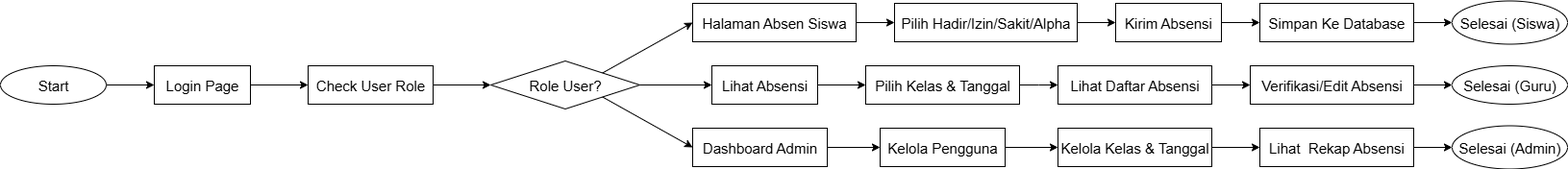
Above: absen.drawio.png in croissantn/Aplikasi-Absen (draw.io), before the change. Source tidied: cells renumbered, new cells last; positions are measured from the earlier drawing's top-left corner, leaving out a move shared by most shapes.
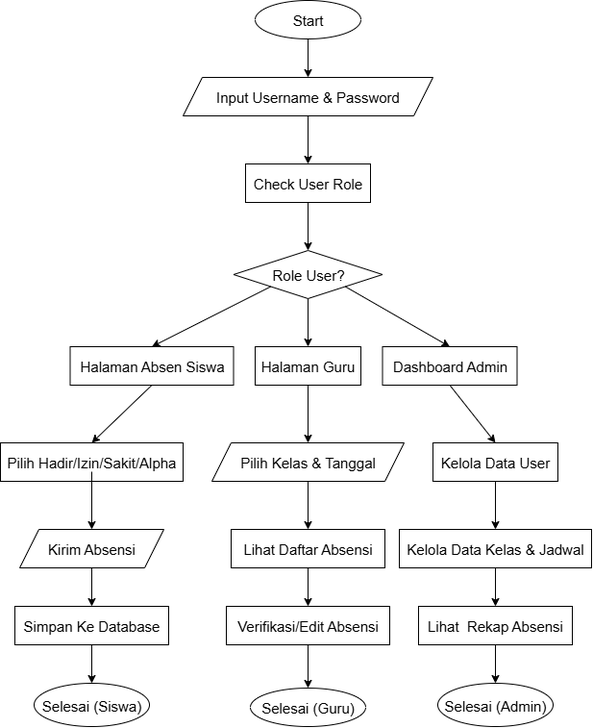
The same file after the commit.

What changed in the source:
```diff
@@ -3,118 +3,116 @@
     <mxCell id="0" />
     <mxCell id="1" parent="0" />
     <mxCell id="2" value="&lt;font style=&quot;font-size: 15px;&quot;&gt;Start&lt;/font&gt;" style="ellipse;whiteSpace=wrap;html=1;" parent="1" vertex="1">
-      <mxGeometry y="67" width="110" height="40" as="geometry" />
+      <mxGeometry x="260" y="-158" width="110" height="40" as="geometry" />
     </mxCell>
-    <mxCell id="3" style="endArrow=classic;html=1;rounded=0;entryX=0;entryY=0.5;entryDx=0;entryDy=0;exitX=1;exitY=0.5;exitDx=0;exitDy=0;" parent="1" edge="1" source="2" target="4">
+    <mxCell id="3" style="endArrow=classic;html=1;rounded=0;entryX=0.5;entryY=0;entryDx=0;entryDy=0;exitX=0.5;exitY=1;exitDx=0;exitDy=0;" parent="1" edge="1" source="2" target="39">
       <mxGeometry relative="1" as="geometry" />
     </mxCell>
-    <mxCell id="4" value="&lt;font style=&quot;font-size: 15px;&quot;&gt;Login Page&lt;/font&gt;" style="rounded=0;whiteSpace=wrap;html=1;" parent="1" vertex="1">
-      <mxGeometry x="160" y="67" width="100" height="40" as="geometry" />
-    </mxCell>
-    <mxCell id="5" style="endArrow=classic;html=1;rounded=0;exitX=1;exitY=0.5;exitDx=0;exitDy=0;entryX=0;entryY=0.5;entryDx=0;entryDy=0;" parent="1" edge="1" source="4" target="6">
+    <mxCell id="5" style="endArrow=classic;html=1;rounded=0;exitX=0.5;exitY=1;exitDx=0;exitDy=0;entryX=0.5;entryY=0;entryDx=0;entryDy=0;" parent="1" edge="1" source="39" target="6">
       <mxGeometry relative="1" as="geometry" />
     </mxCell>
     <mxCell id="6" value="&lt;span style=&quot;font-size: 15px;&quot;&gt;Check User Role&lt;/span&gt;" style="rounded=0;whiteSpace=wrap;html=1;" parent="1" vertex="1">
-      <mxGeometry x="320" y="67" width="130" height="40" as="geometry" />
+      <mxGeometry x="250" y="12" width="130" height="40" as="geometry" />
     </mxCell>
     <mxCell id="7" value="&lt;font style=&quot;font-size: 15px;&quot;&gt;Role User?&lt;/font&gt;" style="rhombus;whiteSpace=wrap;html=1;" parent="1" vertex="1">
-      <mxGeometry x="510" y="62" width="155" height="50" as="geometry" />
+      <mxGeometry x="237.5" y="102" width="155" height="50" as="geometry" />
     </mxCell>
-    <mxCell id="8" style="endArrow=classic;html=1;rounded=0;entryX=0;entryY=0.5;entryDx=0;entryDy=0;exitX=1;exitY=0.5;exitDx=0;exitDy=0;" parent="1" edge="1" source="6" target="7">
+    <mxCell id="8" style="endArrow=classic;html=1;rounded=0;entryX=0.5;entryY=0;entryDx=0;entryDy=0;exitX=0.5;exitY=1;exitDx=0;exitDy=0;" parent="1" edge="1" source="6" target="7">
       <mxGeometry relative="1" as="geometry" />
     </mxCell>
-    <mxCell id="9" value="&lt;span style=&quot;font-size: 15px;&quot;&gt;Lihat Absensi&lt;/span&gt;" style="rounded=0;whiteSpace=wrap;html=1;" parent="1" vertex="1">
-      <mxGeometry x="740" y="67" width="110" height="40" as="geometry" />
+    <mxCell id="9" value="&lt;span style=&quot;font-size: 15px;&quot;&gt;Halaman Guru&lt;/span&gt;" style="rounded=0;whiteSpace=wrap;html=1;" parent="1" vertex="1">
+      <mxGeometry x="260" y="202" width="110" height="40" as="geometry" />
     </mxCell>
     <mxCell id="10" value="&lt;span style=&quot;font-size: 15px;&quot;&gt;Dashboard Admin&lt;/span&gt;" style="rounded=0;whiteSpace=wrap;html=1;" parent="1" vertex="1">
-      <mxGeometry x="720" y="132" width="140" height="40" as="geometry" />
+      <mxGeometry x="392.5" y="202" width="140" height="40" as="geometry" />
     </mxCell>
     <mxCell id="11" value="&lt;span style=&quot;font-size: 15px;&quot;&gt;Halaman Absen Siswa&lt;/span&gt;" style="rounded=0;whiteSpace=wrap;html=1;" parent="1" vertex="1">
-      <mxGeometry x="720" y="2" width="170" height="40" as="geometry" />
+      <mxGeometry x="67.5" y="202" width="170" height="40" as="geometry" />
     </mxCell>
-    <mxCell id="12" style="endArrow=classic;html=1;rounded=0;entryX=0;entryY=0.5;entryDx=0;entryDy=0;exitX=1;exitY=0;exitDx=0;exitDy=0;" parent="1" edge="1" source="7" target="11">
+    <mxCell id="12" style="endArrow=classic;html=1;rounded=0;entryX=0.5;entryY=0;entryDx=0;entryDy=0;exitX=0;exitY=1;exitDx=0;exitDy=0;" parent="1" edge="1" source="7" target="11">
       <mxGeometry relative="1" as="geometry" />
     </mxCell>
-    <mxCell id="13" style="endArrow=classic;html=1;rounded=0;exitX=1;exitY=0.5;exitDx=0;exitDy=0;entryX=0;entryY=0.5;entryDx=0;entryDy=0;" parent="1" edge="1" source="7" target="9">
+    <mxCell id="13" style="endArrow=classic;html=1;rounded=0;exitX=0.5;exitY=1;exitDx=0;exitDy=0;entryX=0.5;entryY=0;entryDx=0;entryDy=0;" parent="1" edge="1" source="7" target="9">
       <mxGeometry relative="1" as="geometry" />
     </mxCell>
-    <mxCell id="14" style="endArrow=classic;html=1;rounded=0;exitX=1;exitY=1;exitDx=0;exitDy=0;entryX=0;entryY=0.5;entryDx=0;entryDy=0;" parent="1" edge="1" source="7" target="10">
+    <mxCell id="14" style="endArrow=classic;html=1;rounded=0;exitX=1;exitY=1;exitDx=0;exitDy=0;entryX=0.5;entryY=0;entryDx=0;entryDy=0;" parent="1" edge="1" source="7" target="10">
       <mxGeometry relative="1" as="geometry" />
     </mxCell>
-    <mxCell id="15" value="&lt;span style=&quot;font-size: 15px;&quot;&gt;Pilih Kelas &amp;amp; Tanggal&lt;/span&gt;" style="rounded=0;whiteSpace=wrap;html=1;" parent="1" vertex="1">
-      <mxGeometry x="900" y="67" width="160" height="40" as="geometry" />
-    </mxCell>
-    <mxCell id="16" style="endArrow=classic;html=1;rounded=0;exitX=1;exitY=0.5;exitDx=0;exitDy=0;entryX=0;entryY=0.5;entryDx=0;entryDy=0;" parent="1" edge="1" source="9" target="15">
-      <mxGeometry relative="1" as="geometry" />
-    </mxCell>
-    <mxCell id="17" value="&lt;span style=&quot;font-size: 15px;&quot;&gt;Kelola Pengguna&lt;/span&gt;" style="rounded=0;whiteSpace=wrap;html=1;" parent="1" vertex="1">
-      <mxGeometry x="915" y="132" width="130" height="40" as="geometry" />
+    <mxCell id="17" value="&lt;span style=&quot;font-size: 15px;&quot;&gt;Kelola Data User&lt;/span&gt;" style="rounded=0;whiteSpace=wrap;html=1;" parent="1" vertex="1">
+      <mxGeometry x="445" y="302" width="130" height="40" as="geometry" />
     </mxCell>
     <mxCell id="18" value="&lt;span style=&quot;font-size: 15px;&quot;&gt;Pilih Hadir/Izin/Sakit/Alpha&lt;/span&gt;" style="rounded=0;whiteSpace=wrap;html=1;" parent="1" vertex="1">
-      <mxGeometry x="930" y="2" width="190" height="40" as="geometry" />
+      <mxGeometry x="-5" y="302" width="190" height="40" as="geometry" />
     </mxCell>
     <mxCell id="19" value="&lt;span style=&quot;font-size: 15px;&quot;&gt;Lihat Daftar Absensi&lt;/span&gt;" style="rounded=0;whiteSpace=wrap;html=1;" parent="1" vertex="1">
-      <mxGeometry x="1100" y="67" width="160" height="40" as="geometry" />
+      <mxGeometry x="235" y="392" width="160" height="40" as="geometry" />
     </mxCell>
-    <mxCell id="20" value="&lt;span style=&quot;font-size: 15px;&quot;&gt;Kelola Kelas &amp;amp; Tanggal&lt;/span&gt;" style="rounded=0;whiteSpace=wrap;html=1;" parent="1" vertex="1">
-      <mxGeometry x="1100" y="132" width="160" height="40" as="geometry" />
+    <mxCell id="20" value="&lt;span style=&quot;font-size: 15px;&quot;&gt;Kelola Data Kelas &amp;amp; Jadwal&lt;/span&gt;" style="rounded=0;whiteSpace=wrap;html=1;" parent="1" vertex="1">
+      <mxGeometry x="410" y="392" width="200" height="40" as="geometry" />
     </mxCell>
-    <mxCell id="21" value="&lt;span style=&quot;font-size: 15px;&quot;&gt;Kirim Absensi&lt;/span&gt;" style="rounded=0;whiteSpace=wrap;html=1;" parent="1" vertex="1">
-      <mxGeometry x="1160" y="2" width="110" height="40" as="geometry" />
-    </mxCell>
     <mxCell id="22" value="&lt;span style=&quot;font-size: 15px;&quot;&gt;Lihat&amp;nbsp; Rekap Absensi&lt;/span&gt;" style="rounded=0;whiteSpace=wrap;html=1;" parent="1" vertex="1">
-      <mxGeometry x="1310" y="132" width="160" height="40" as="geometry" />
+      <mxGeometry x="430" y="472" width="160" height="40" as="geometry" />
     </mxCell>
     <mxCell id="23" value="&lt;span style=&quot;font-size: 15px;&quot;&gt;Verifikasi/Edit Absensi&lt;/span&gt;" style="rounded=0;whiteSpace=wrap;html=1;" parent="1" vertex="1">
-      <mxGeometry x="1300" y="67" width="170" height="40" as="geometry" />
+      <mxGeometry x="230" y="472" width="170" height="40" as="geometry" />
     </mxCell>
     <mxCell id="24" value="&lt;span style=&quot;font-size: 15px;&quot;&gt;Simpan Ke Database&lt;/span&gt;" style="rounded=0;whiteSpace=wrap;html=1;" parent="1" vertex="1">
-      <mxGeometry x="1310" y="2" width="160" height="40" as="geometry" />
+      <mxGeometry x="10" y="472" width="160" height="40" as="geometry" />
     </mxCell>
     <mxCell id="25" value="&lt;span style=&quot;font-size: 15px;&quot;&gt;Selesai (Siswa)&lt;/span&gt;" style="ellipse;whiteSpace=wrap;html=1;" parent="1" vertex="1">
-      <mxGeometry x="1510" y="-0.5" width="120" height="45" as="geometry" />
+      <mxGeometry x="30" y="552" width="120" height="45" as="geometry" />
     </mxCell>
     <mxCell id="26" value="&lt;span style=&quot;font-size: 15px;&quot;&gt;Selesai (Guru)&lt;/span&gt;" style="ellipse;whiteSpace=wrap;html=1;" parent="1" vertex="1">
-      <mxGeometry x="1510" y="67" width="120" height="40" as="geometry" />
+      <mxGeometry x="255" y="557" width="120" height="40" as="geometry" />
     </mxCell>
     <mxCell id="27" value="&lt;span style=&quot;font-size: 15px;&quot;&gt;Selesai (Admin)&lt;/span&gt;" style="ellipse;whiteSpace=wrap;html=1;" parent="1" vertex="1">
-      <mxGeometry x="1510" y="129.5" width="120" height="45" as="geometry" />
+      <mxGeometry x="450" y="552" width="120" height="45" as="geometry" />
     </mxCell>
-    <mxCell id="28" style="endArrow=classic;html=1;rounded=0;exitX=1;exitY=0.5;exitDx=0;exitDy=0;entryX=0;entryY=0.5;entryDx=0;entryDy=0;" parent="1" edge="1" source="11" target="18">
+    <mxCell id="28" style="endArrow=classic;html=1;rounded=0;exitX=0.5;exitY=1;exitDx=0;exitDy=0;entryX=0.5;entryY=0;entryDx=0;entryDy=0;" parent="1" edge="1" source="11" target="18">
       <mxGeometry relative="1" as="geometry" />
     </mxCell>
-    <mxCell id="29" style="endArrow=classic;html=1;rounded=0;exitX=1;exitY=0.5;exitDx=0;exitDy=0;entryX=0;entryY=0.5;entryDx=0;entryDy=0;" parent="1" edge="1" source="10" target="17">
+    <mxCell id="29" style="endArrow=classic;html=1;rounded=0;exitX=0.5;exitY=1;exitDx=0;exitDy=0;entryX=0.5;entryY=0;entryDx=0;entryDy=0;" parent="1" edge="1" source="10" target="17">
       <mxGeometry relative="1" as="geometry" />
     </mxCell>
-    <mxCell id="30" style="endArrow=classic;html=1;rounded=0;exitX=1;exitY=0.5;exitDx=0;exitDy=0;entryX=0;entryY=0.5;entryDx=0;entryDy=0;" parent="1" edge="1" source="18" target="21">
-      <mxGeometry relative="1" as="geometry" />
-    </mxCell>
-    <mxCell id="31" style="endArrow=classic;html=1;rounded=0;exitX=1;exitY=0.5;exitDx=0;exitDy=0;entryX=0;entryY=0.5;entryDx=0;entryDy=0;" parent="1" edge="1" source="15" target="19">
-      <mxGeometry relative="1" as="geometry">
-        <Array as="points">
-          <mxPoint x="1080" y="87" />
-        </Array>
-      </mxGeometry>
+    <mxCell id="31" style="endArrow=classic;html=1;rounded=0;exitX=0.5;exitY=1;exitDx=0;exitDy=0;entryX=0.5;entryY=0;entryDx=0;entryDy=0;" parent="1" edge="1" source="15" target="19">
+      <mxGeometry relative="1" as="geometry" />
     </mxCell>
-    <mxCell id="32" style="endArrow=classic;html=1;rounded=0;exitX=1;exitY=0.5;exitDx=0;exitDy=0;entryX=0;entryY=0.5;entryDx=0;entryDy=0;" parent="1" edge="1" source="17" target="20">
+    <mxCell id="32" style="endArrow=classic;html=1;rounded=0;exitX=0.5;exitY=1;exitDx=0;exitDy=0;entryX=0.5;entryY=0;entryDx=0;entryDy=0;" parent="1" edge="1" source="17" target="20">
       <mxGeometry relative="1" as="geometry" />
     </mxCell>
-    <mxCell id="33" style="endArrow=classic;html=1;rounded=0;exitX=1;exitY=0.5;exitDx=0;exitDy=0;entryX=0;entryY=0.5;entryDx=0;entryDy=0;" parent="1" edge="1" source="19" target="23">
+    <mxCell id="33" style="endArrow=classic;html=1;rounded=0;exitX=0.5;exitY=1;exitDx=0;exitDy=0;entryX=0.5;entryY=0;entryDx=0;entryDy=0;" parent="1" edge="1" source="19" target="23">
       <mxGeometry relative="1" as="geometry" />
     </mxCell>
+    <mxCell id="35" style="endArrow=classic;html=1;rounded=0;exitX=0.5;exitY=1;exitDx=0;exitDy=0;entryX=0.5;entryY=0;entryDx=0;entryDy=0;" parent="1" edge="1" source="20" target="22">
+      <mxGeometry relative="1" as="geometry" />
+    </mxCell>
+    <mxCell id="39" value="&lt;font style=&quot;font-size: 15px;&quot;&gt;Input Username &amp;amp; Password&lt;/font&gt;" style="shape=parallelogram;perimeter=parallelogramPerimeter;whiteSpace=wrap;html=1;fixedSize=1;" parent="1" vertex="1">
+      <mxGeometry x="185" y="-78" width="260" height="40" as="geometry" />
+    </mxCell>
+    <mxCell id="15" value="&lt;span style=&quot;font-size: 15px;&quot;&gt;Pilih Kelas &amp;amp; Tanggal&lt;/span&gt;" style="shape=parallelogram;perimeter=parallelogramPerimeter;whiteSpace=wrap;html=1;fixedSize=1;" parent="1" vertex="1">
+      <mxGeometry x="215" y="302" width="200" height="40" as="geometry" />
+    </mxCell>
+    <mxCell id="16" style="endArrow=classic;html=1;rounded=0;exitX=0.5;exitY=1;exitDx=0;exitDy=0;entryX=0.5;entryY=0;entryDx=0;entryDy=0;" parent="1" edge="1" source="9" target="15">
+      <mxGeometry relative="1" as="geometry" />
+    </mxCell>
+    <mxCell id="21" value="&lt;span style=&quot;font-size: 15px;&quot;&gt;Kirim Absensi&lt;/span&gt;" style="shape=parallelogram;perimeter=parallelogramPerimeter;whiteSpace=wrap;html=1;fixedSize=1;" parent="1" vertex="1">
+      <mxGeometry x="15" y="392" width="150" height="40" as="geometry" />
+    </mxCell>
+    <mxCell id="40" style="endArrow=classic;html=1;rounded=0;exitX=0.5;exitY=1;exitDx=0;exitDy=0;entryX=0.5;entryY=0;entryDx=0;entryDy=0;" parent="1" edge="1" target="21">
+      <mxGeometry relative="1" as="geometry">
+        <mxPoint x="90" y="332" as="sourcePoint" />
+      </mxGeometry>
+    </mxCell>
-    <mxCell id="34" style="endArrow=classic;html=1;rounded=0;exitX=1;exitY=0.5;exitDx=0;exitDy=0;entryX=0;entryY=0.5;entryDx=0;entryDy=0;" parent="1" edge="1" source="21" target="24">
+    <mxCell id="34" style="endArrow=classic;html=1;rounded=0;exitX=0.5;exitY=1;exitDx=0;exitDy=0;entryX=0.5;entryY=0;entryDx=0;entryDy=0;" parent="1" edge="1" source="21" target="24">
       <mxGeometry relative="1" as="geometry" />
     </mxCell>
-    <mxCell id="35" style="endArrow=classic;html=1;rounded=0;exitX=1;exitY=0.5;exitDx=0;exitDy=0;entryX=0;entryY=0.5;entryDx=0;entryDy=0;" parent="1" edge="1" source="20" target="22">
-      <mxGeometry relative="1" as="geometry" />
-    </mxCell>
-    <mxCell id="36" style="endArrow=classic;html=1;rounded=0;exitX=1;exitY=0.5;exitDx=0;exitDy=0;entryX=0;entryY=0.5;entryDx=0;entryDy=0;" parent="1" edge="1" source="24" target="25">
+    <mxCell id="36" style="endArrow=classic;html=1;rounded=0;exitX=0.5;exitY=1;exitDx=0;exitDy=0;entryX=0.5;entryY=0;entryDx=0;entryDy=0;" parent="1" edge="1" source="24" target="25">
       <mxGeometry relative="1" as="geometry" />
     </mxCell>
-    <mxCell id="37" style="endArrow=classic;html=1;rounded=0;exitX=1;exitY=0.5;exitDx=0;exitDy=0;entryX=0;entryY=0.5;entryDx=0;entryDy=0;" parent="1" edge="1" source="23" target="26">
+    <mxCell id="37" style="endArrow=classic;html=1;rounded=0;exitX=0.5;exitY=1;exitDx=0;exitDy=0;entryX=0.5;entryY=0;entryDx=0;entryDy=0;" parent="1" edge="1" source="23" target="26">
       <mxGeometry relative="1" as="geometry" />
     </mxCell>
-    <mxCell id="38" style="endArrow=classic;html=1;rounded=0;entryX=0;entryY=0.5;entryDx=0;entryDy=0;exitX=1;exitY=0.5;exitDx=0;exitDy=0;" parent="1" edge="1" source="22" target="27">
+    <mxCell id="38" style="endArrow=classic;html=1;rounded=0;exitX=0.5;exitY=1;exitDx=0;exitDy=0;entryX=0.5;entryY=0;entryDx=0;entryDy=0;" parent="1" edge="1" source="22" target="27">
       <mxGeometry relative="1" as="geometry" />
     </mxCell>
   </root>
```
